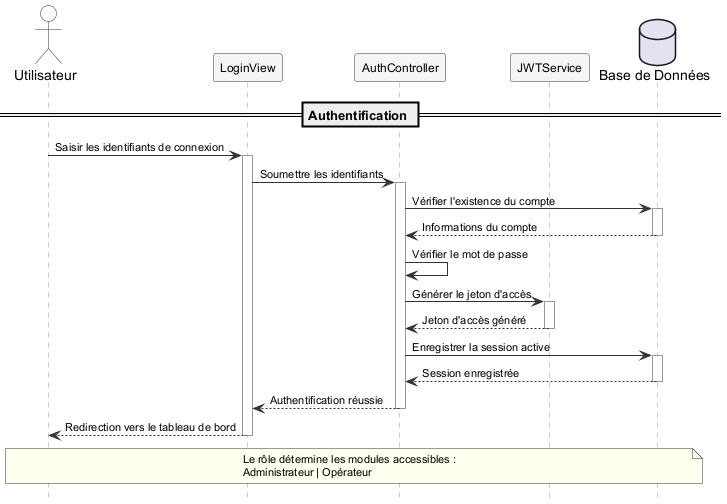
Before: Rapport/diagrams/sprint1_seq.png, a diagram exported from PlantUML (ayoubmek/PFE_data_science).
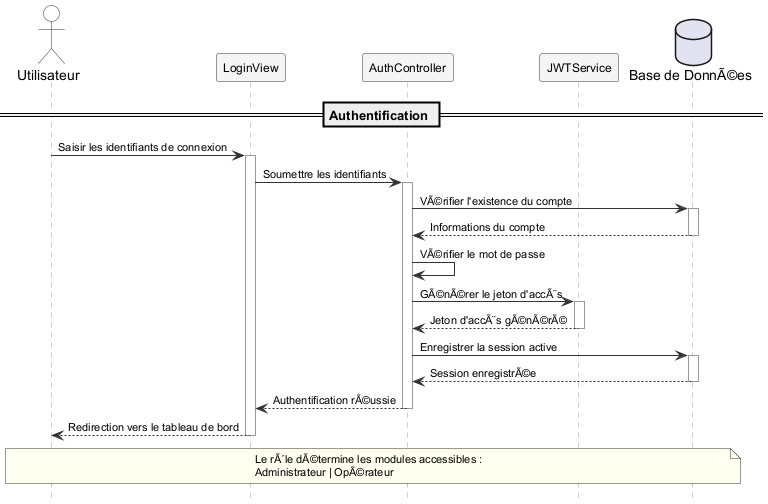
Above is the later version.

Diff of the diagram source:
```diff
@@ -28,7 +28,7 @@
 participant "LoginView" as WEB
 participant "AuthController" as SRV
 participant "JWTService" as AUTH
-database "Base de Données" as DB
+database "Base de DonnÃ©es" as DB
 
 == Authentification ==
 
@@ -38,32 +38,32 @@
 WEB -> SRV : Soumettre les identifiants
 activate SRV
 
-SRV -> DB : Vérifier l'existence du compte
+SRV -> DB : VÃ©rifier l'existence du compte
 activate DB
 DB --> SRV : Informations du compte
 deactivate DB
 
-SRV -> SRV : Vérifier le mot de passe
+SRV -> SRV : VÃ©rifier le mot de passe
 
-SRV -> AUTH : Générer le jeton d'accès
+SRV -> AUTH : GÃ©nÃ©rer le jeton d'accÃ¨s
 activate AUTH
-AUTH --> SRV : Jeton d'accès généré
+AUTH --> SRV : Jeton d'accÃ¨s gÃ©nÃ©rÃ©
 deactivate AUTH
 
 SRV -> DB : Enregistrer la session active
 activate DB
-DB --> SRV : Session enregistrée
+DB --> SRV : Session enregistrÃ©e
 deactivate DB
 
-SRV --> WEB : Authentification réussie
+SRV --> WEB : Authentification rÃ©ussie
 deactivate SRV
 
 WEB --> U : Redirection vers le tableau de bord
 deactivate WEB
 
 note over U, DB
-  Le rôle détermine les modules accessibles :
-  Administrateur | Opérateur
+  Le rÃ´le dÃ©termine les modules accessibles :
+  Administrateur | OpÃ©rateur
 end note
 
 @enduml
```
